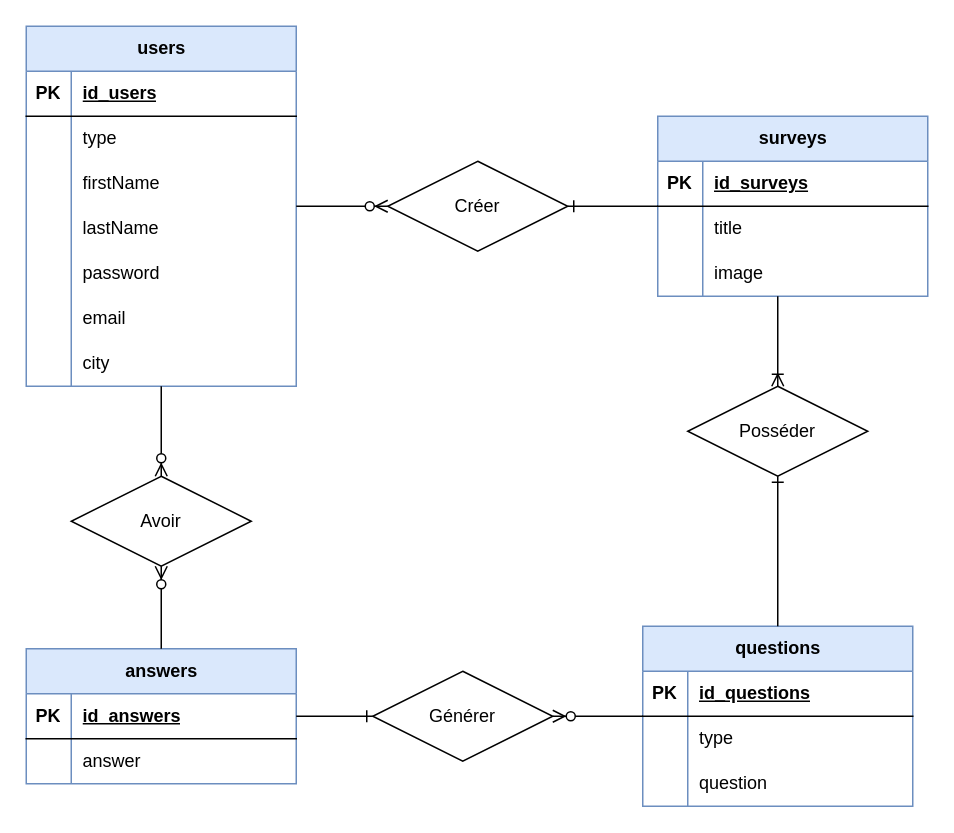
Before: doc/MCD-Lombardo-TPI.drawio in Robi2004/survey, a draw.io diagram. Source tidied: cells renumbered, new cells numbered last; positions are measured from the earlier drawing's top-left corner, leaving out a move shared by most shapes. Both pictures are drawn from the tidied source at 150%, with x=0, y=0 at pixel (26, 26).
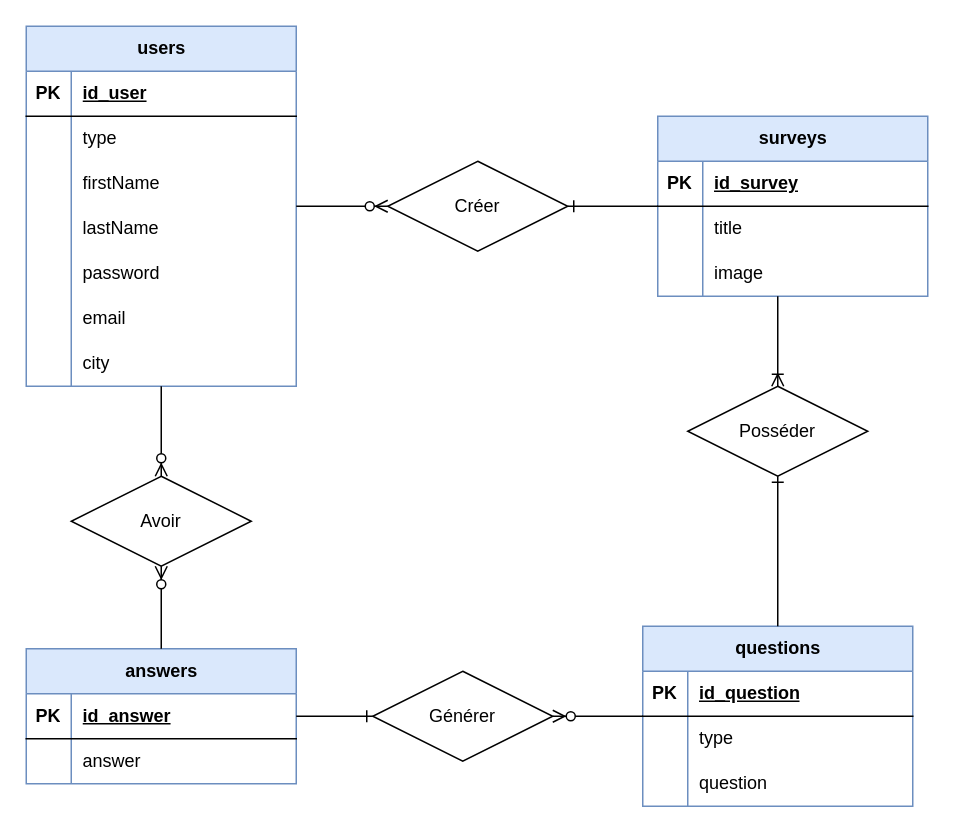
The same diagram, later.

The change refers to these unchanged cells:
```xml
<mxCell id="3" style="shape=tableRow;horizontal=0;startSize=0;swimlaneHead=0;swimlaneBody=0;fillColor=none;top=0;left=0;right=0;bottom=1;" parent="2" vertex="1">
  <mxGeometry y="30" width="180" height="30" as="geometry" />
</mxCell>
<mxCell id="13" style="shape=tableRow;horizontal=0;startSize=0;swimlaneHead=0;swimlaneBody=0;fillColor=none;top=0;left=0;right=0;bottom=1;" parent="12" vertex="1">
  <mxGeometry y="30" width="180" height="30" as="geometry" />
</mxCell>
<mxCell id="37" style="shape=tableRow;horizontal=0;startSize=0;swimlaneHead=0;swimlaneBody=0;fillColor=none;top=0;left=0;right=0;bottom=1;" parent="36" vertex="1">
  <mxGeometry y="30" width="180" height="30" as="geometry" />
</mxCell>
<mxCell id="48" style="shape=tableRow;horizontal=0;startSize=0;swimlaneHead=0;swimlaneBody=0;fillColor=none;top=0;left=0;right=0;bottom=1;" parent="47" vertex="1">
  <mxGeometry y="30" width="180" height="30" as="geometry" />
</mxCell>
```

The edit, as a diff of the source:
```diff
@@
-    <mxCell id="5" value="id_surveys" style="shape=partialRectangle;fillColor=none;top=0;left=0;bottom=0;right=0;align=left;spacingLeft=6;fontStyle=5;overflow=hidden;whiteSpace=wrap;html=1;" parent="3" vertex="1">
+    <mxCell id="5" value="id_survey" style="shape=partialRectangle;fillColor=none;top=0;left=0;bottom=0;right=0;align=left;spacingLeft=6;fontStyle=5;overflow=hidden;whiteSpace=wrap;html=1;" parent="3" vertex="1">
       <mxGeometry x="30" width="150" height="30" as="geometry" />
     </mxCell>
@@
-    <mxCell id="15" value="id_users" style="shape=partialRectangle;fillColor=none;top=0;left=0;bottom=0;right=0;align=left;spacingLeft=6;fontStyle=5;overflow=hidden;whiteSpace=wrap;html=1;" parent="13" vertex="1">
+    <mxCell id="15" value="id_user" style="shape=partialRectangle;fillColor=none;top=0;left=0;bottom=0;right=0;align=left;spacingLeft=6;fontStyle=5;overflow=hidden;whiteSpace=wrap;html=1;" parent="13" vertex="1">
       <mxGeometry x="30" width="150" height="30" as="geometry" />
     </mxCell>
@@
-    <mxCell id="39" value="id_answers" style="shape=partialRectangle;fillColor=none;top=0;left=0;bottom=0;right=0;align=left;spacingLeft=6;fontStyle=5;overflow=hidden;whiteSpace=wrap;html=1;" parent="37" vertex="1">
+    <mxCell id="39" value="id_answer" style="shape=partialRectangle;fillColor=none;top=0;left=0;bottom=0;right=0;align=left;spacingLeft=6;fontStyle=5;overflow=hidden;whiteSpace=wrap;html=1;" parent="37" vertex="1">
       <mxGeometry x="30" width="150" height="30" as="geometry" />
     </mxCell>
@@
-    <mxCell id="50" value="id_questions" style="shape=partialRectangle;fillColor=none;top=0;left=0;bottom=0;right=0;align=left;spacingLeft=6;fontStyle=5;overflow=hidden;whiteSpace=wrap;html=1;" parent="48" vertex="1">
+    <mxCell id="50" value="id_question" style="shape=partialRectangle;fillColor=none;top=0;left=0;bottom=0;right=0;align=left;spacingLeft=6;fontStyle=5;overflow=hidden;whiteSpace=wrap;html=1;" parent="48" vertex="1">
       <mxGeometry x="30" width="150" height="30" as="geometry" />
     </mxCell>
```
